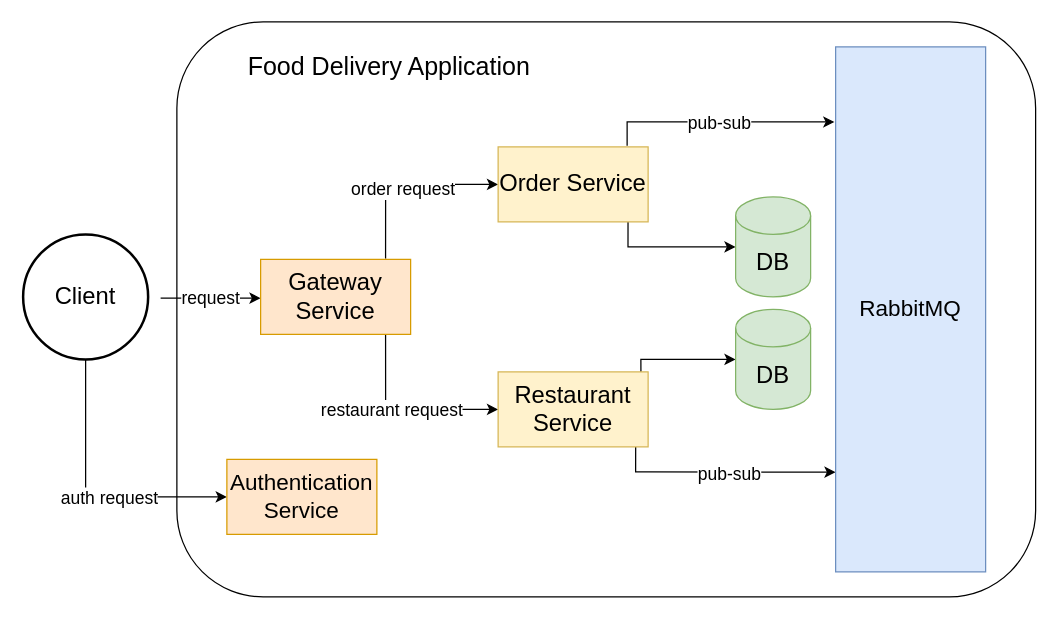
Earlier version of the draw.io diagram doc/microservice_architecture.drawio.xml (gustavosdelgado/microservices_architecture). Source tidied: cells renumbered, new cells numbered last; positions are measured from the earlier drawing's top-left corner, leaving out a move shared by most shapes. Both pictures are drawn from the tidied source at 125%, with x=0, y=0 at pixel (22, 21).
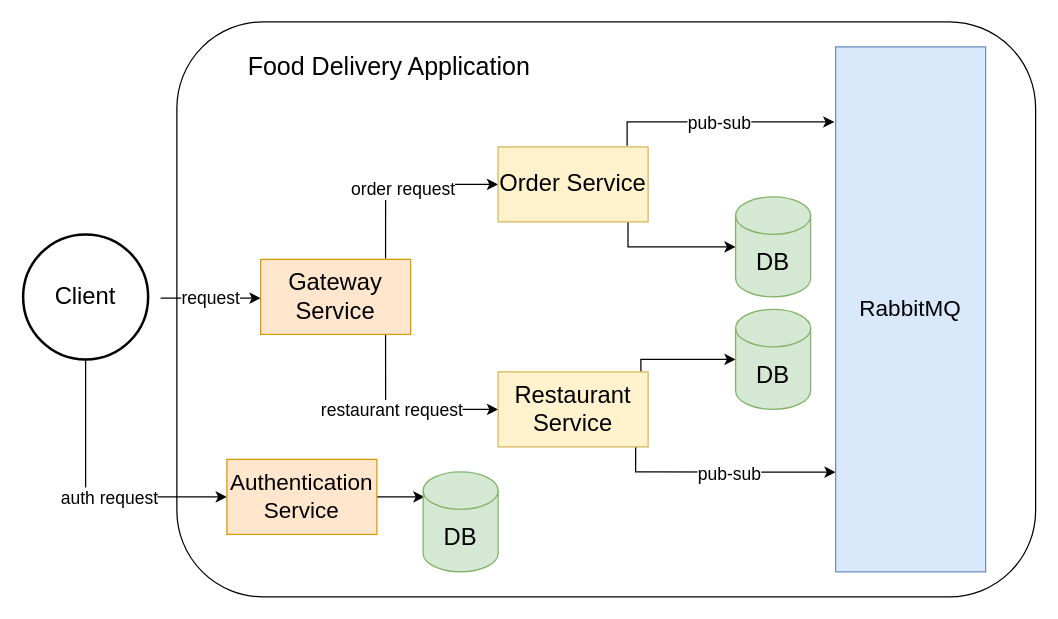
The same diagram, later.

Unchanged cells that the change refers to:
```xml
<mxCell id="24" value="Authentication Service" style="rounded=0;whiteSpace=wrap;html=1;fontSize=18;fillColor=#ffe6cc;strokeColor=#d79b00;" parent="1" vertex="1">
  <mxGeometry x="163" y="350" width="120" height="60" as="geometry" />
</mxCell>
```

Diff of the diagram source:
```diff
@@
+    <mxCell id="25" style="edgeStyle=orthogonalEdgeStyle;rounded=0;jettySize=auto;html=1;exitX=1;exitY=0.5;exitDx=0;exitDy=0;entryX=0.019;entryY=0.257;entryDx=0;entryDy=0;entryPerimeter=0;" parent="1" edge="1" source="24" target="26">
+      <mxGeometry relative="1" as="geometry" />
+    </mxCell>
@@
+    <mxCell id="26" value="DB" style="shape=cylinder3;whiteSpace=wrap;html=1;boundedLbl=1;backgroundOutline=1;size=15;fontSize=19;fillColor=#d5e8d4;strokeColor=#82b366;" parent="1" vertex="1">
+      <mxGeometry x="320" y="360" width="60" height="80" as="geometry" />
+    </mxCell>
```
